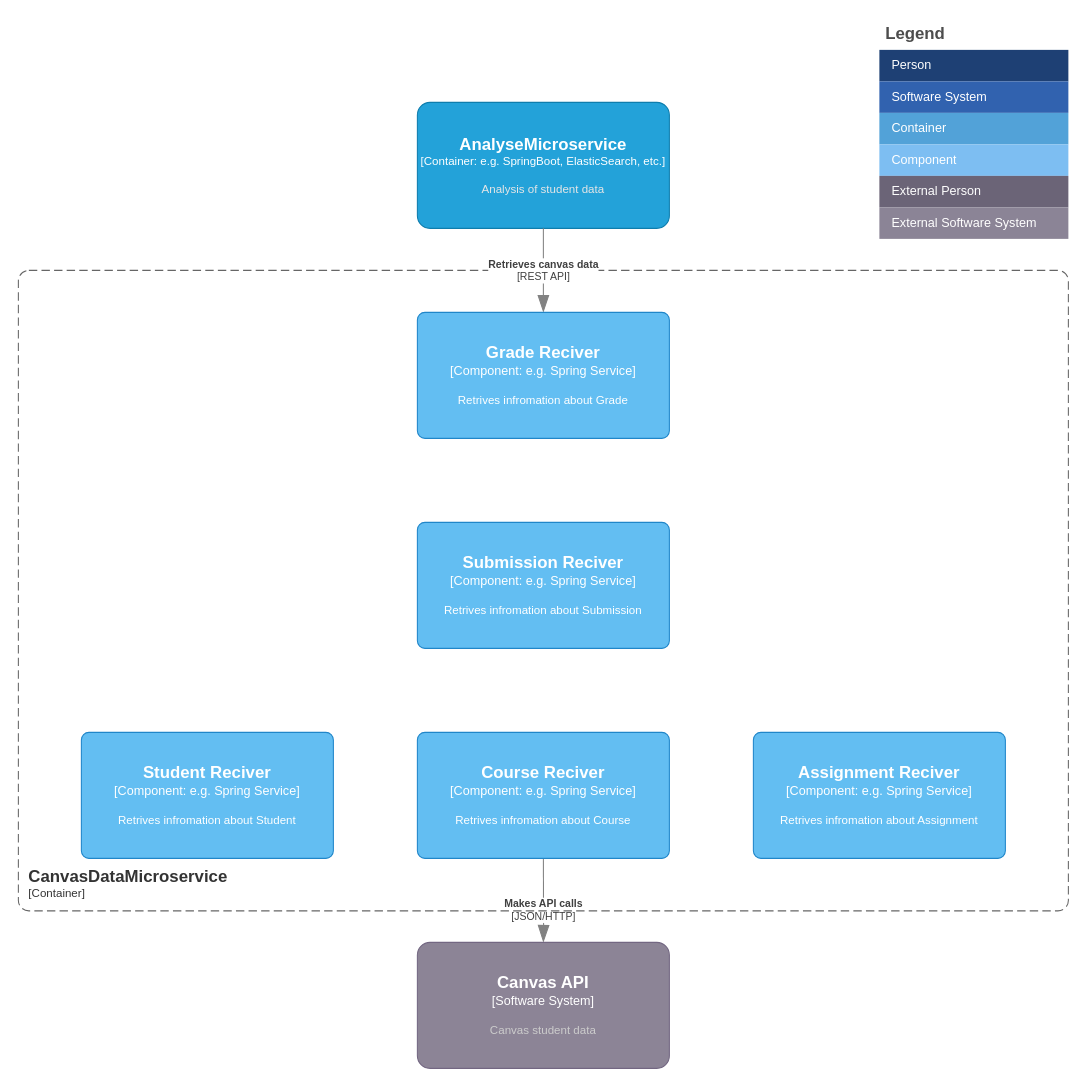
The draw.io diagram Application Architecture/QSc4_3_CanvasDataMicroservice.drawio in quantifiedstudent/QS-Docs, before the edit. Source tidied: cells renumbered, new cells numbered last; positions are measured from the earlier drawing's top-left corner, leaving out a move shared by most shapes. Both pictures are drawn from the tidied source at 105%, with x=0, y=0 at pixel (18, 18).
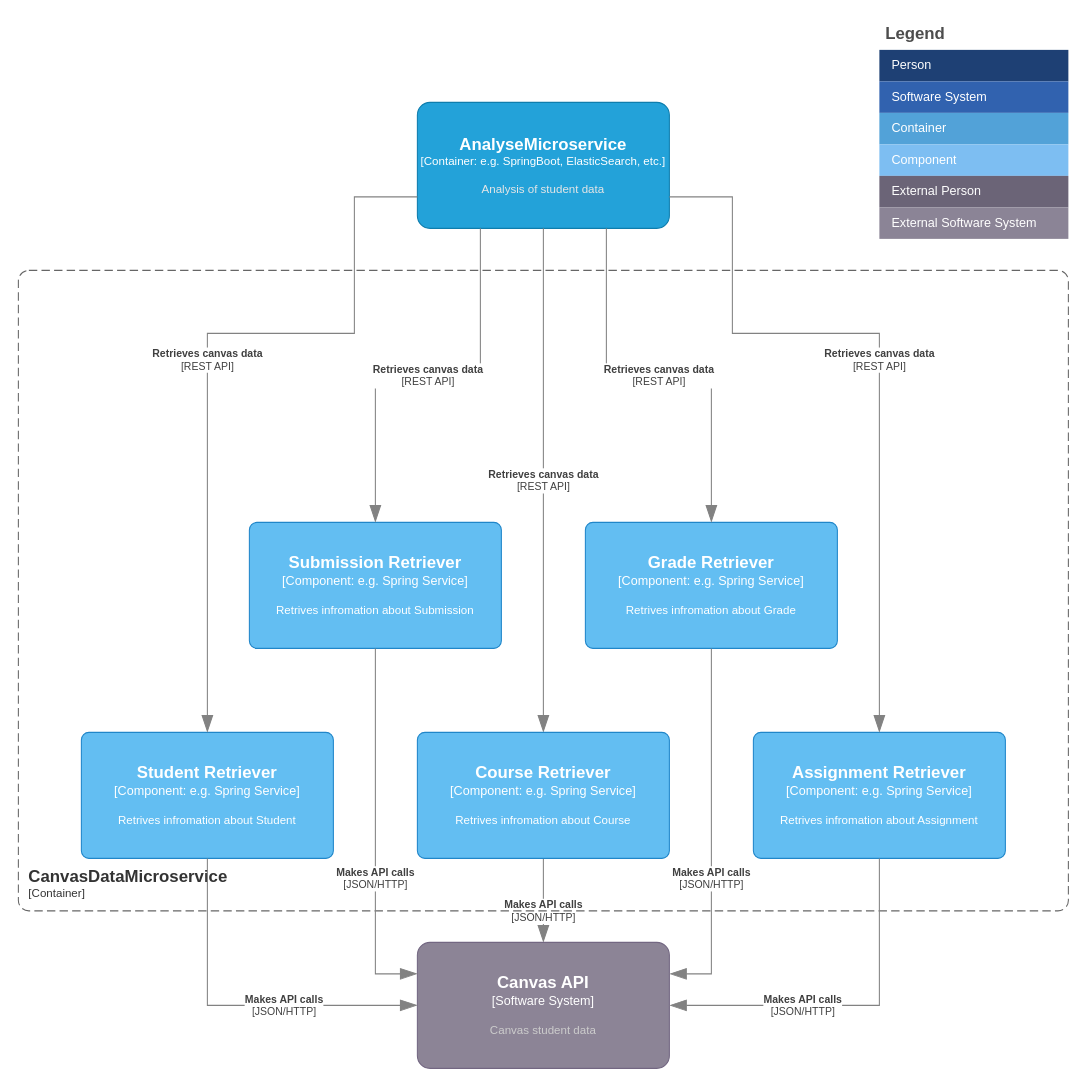
After the change.

Unchanged cells that the change refers to:
```xml
<object id="17" label="&lt;font style=&quot;font-size: 16px&quot;&gt;&lt;b&gt;%c4Name%&lt;/b&gt;&lt;/font&gt;&lt;div&gt;[%c4Type%]&lt;/div&gt;&lt;br&gt;&lt;div&gt;&lt;font style=&quot;font-size: 11px&quot;&gt;&lt;font color=&quot;#cccccc&quot;&gt;%c4Description%&lt;/font&gt;&lt;/div&gt;" c4Description="Canvas student data" c4Name="Canvas API" c4Type="Software System" placeholders="1">
  <mxCell style="rounded=1;whiteSpace=wrap;html=1;labelBackgroundColor=none;fillColor=#8C8496;fontColor=#ffffff;align=center;arcSize=10;strokeColor=#736782;points=[[0.25,0,0],[0.5,0,0],[0.75,0,0],[1,0.25,0],[1,0.5,0],[1,0.75,0],[0.75,1,0],[0.5,1,0],[0.25,1,0],[0,0.75,0],[0,0.5,0],[0,0.25,0]];" parent="1" vertex="1">
    <mxGeometry x="380" y="880" width="240" height="120" as="geometry" />
  </mxCell>
</object>
<object id="18" label="&lt;font style=&quot;font-size: 16px&quot;&gt;&lt;b&gt;%c4Name%&lt;/b&gt;&lt;/font&gt;&lt;div&gt;[%c4Type%: %c4Technology%]&lt;/div&gt;&lt;br&gt;&lt;div&gt;&lt;font style=&quot;font-size: 11px&quot;&gt;&lt;font color=&quot;#E6E6E6&quot;&gt;%c4Description%&lt;/font&gt;&lt;/div&gt;" c4Description="Analysis of student data" c4Name="AnalyseMicroservice" c4Technology="e.g. SpringBoot, ElasticSearch, etc." c4Type="Container" placeholders="1">
  <mxCell style="rounded=1;whiteSpace=wrap;html=1;fontSize=11;labelBackgroundColor=none;fillColor=#23A2D9;fontColor=#ffffff;align=center;arcSize=10;strokeColor=#0E7DAD;points=[[0.25,0,0],[0.5,0,0],[0.75,0,0],[1,0.25,0],[1,0.5,0],[1,0.75,0],[0.75,1,0],[0.5,1,0],[0.25,1,0],[0,0.75,0],[0,0.5,0],[0,0.25,0]];" parent="1" vertex="1">
    <mxGeometry x="380" y="80" width="240" height="120" as="geometry" />
  </mxCell>
</object>
```

Diff of the diagram source:
```diff
@@
     <object id="15" label="&lt;div style=&quot;text-align: left&quot;&gt;&lt;div style=&quot;text-align: center&quot;&gt;&lt;b&gt;%c4Description%&lt;/b&gt;&lt;/div&gt;&lt;div style=&quot;text-align: center&quot;&gt;[%c4Technology%]&lt;/div&gt;&lt;/div&gt;" c4Description="Makes API calls" c4Technology="JSON/HTTP" placeholders="1">
-      <mxCell style="endArrow=blockThin;html=1;fontSize=10;fontColor=#404040;strokeWidth=1;endFill=1;strokeColor=#828282;elbow=vertical;endSize=14;startSize=14;jumpStyle=arc;jumpSize=16;rounded=0;edgeStyle=orthogonalEdgeStyle;entryX=0.5;entryY=0;entryDx=0;entryDy=0;entryPerimeter=0;exitX=0.5;exitY=1;exitDx=0;exitDy=0;exitPerimeter=0;" parent="1" edge="1" target="17">
-        <mxGeometry x="0.25" relative="1" as="geometry">
-          <mxPoint x="500" y="800" as="sourcePoint" />
-        </mxGeometry>
+      <mxCell style="endArrow=blockThin;html=1;fontSize=10;fontColor=#404040;strokeWidth=1;endFill=1;strokeColor=#828282;elbow=vertical;endSize=14;startSize=14;jumpStyle=arc;jumpSize=16;rounded=0;edgeStyle=orthogonalEdgeStyle;entryX=0.5;entryY=0;entryDx=0;entryDy=0;entryPerimeter=0;exitX=0.5;exitY=1;exitDx=0;exitDy=0;exitPerimeter=0;" parent="1" edge="1" source="21" target="17">
+        <mxGeometry x="0.25" relative="1" as="geometry" />
       </mxCell>
     </object>
@@
     <object id="19" label="&lt;div style=&quot;text-align: left&quot;&gt;&lt;div style=&quot;text-align: center&quot;&gt;&lt;b&gt;%c4Description%&lt;/b&gt;&lt;/div&gt;&lt;div style=&quot;text-align: center&quot;&gt;[%c4Technology%]&lt;/div&gt;&lt;/div&gt;" c4Description="Retrieves canvas data" c4Technology="REST API" placeholders="1">
-      <mxCell style="endArrow=blockThin;html=1;fontSize=10;fontColor=#404040;strokeWidth=1;endFill=1;strokeColor=#828282;elbow=vertical;endSize=14;startSize=14;jumpStyle=arc;jumpSize=16;rounded=0;edgeStyle=orthogonalEdgeStyle;exitX=0.5;exitY=1;exitDx=0;exitDy=0;exitPerimeter=0;entryX=0.5;entryY=0;entryDx=0;entryDy=0;entryPerimeter=0;" parent="1" edge="1" source="18">
-        <mxGeometry relative="1" as="geometry">
-          <mxPoint x="500" y="280" as="targetPoint" />
-        </mxGeometry>
+      <mxCell style="endArrow=blockThin;html=1;fontSize=10;fontColor=#404040;strokeWidth=1;endFill=1;strokeColor=#828282;elbow=vertical;endSize=14;startSize=14;jumpStyle=arc;jumpSize=16;rounded=0;edgeStyle=orthogonalEdgeStyle;exitX=0.5;exitY=1;exitDx=0;exitDy=0;exitPerimeter=0;entryX=0.5;entryY=0;entryDx=0;entryDy=0;entryPerimeter=0;" parent="1" edge="1" source="18" target="21">
+        <mxGeometry relative="1" as="geometry" />
       </mxCell>
     </object>
-    <object id="20" label="&lt;font style=&quot;font-size: 16px&quot;&gt;&lt;b&gt;%c4Name%&lt;/b&gt;&lt;/font&gt;&lt;div&gt;[%c4Type%: %c4Technology%]&lt;/div&gt;&lt;br&gt;&lt;div&gt;&lt;font style=&quot;font-size: 11px&quot;&gt;%c4Description%&lt;/font&gt;&lt;/div&gt;" c4Description="Retrives infromation about Student" c4Name="Student Reciver" c4Technology="e.g. Spring Service" c4Type="Component" placeholders="1">
+    <object id="20" label="&lt;font style=&quot;font-size: 16px&quot;&gt;&lt;b&gt;%c4Name%&lt;/b&gt;&lt;/font&gt;&lt;div&gt;[%c4Type%: %c4Technology%]&lt;/div&gt;&lt;br&gt;&lt;div&gt;&lt;font style=&quot;font-size: 11px&quot;&gt;%c4Description%&lt;/font&gt;&lt;/div&gt;" c4Description="Retrives infromation about Student" c4Name="Student Retriever" c4Technology="e.g. Spring Service" c4Type="Component" placeholders="1">
       <mxCell style="rounded=1;whiteSpace=wrap;html=1;labelBackgroundColor=none;fillColor=#63BEF2;fontColor=#ffffff;align=center;arcSize=6;strokeColor=#2086C9;points=[[0.25,0,0],[0.5,0,0],[0.75,0,0],[1,0.25,0],[1,0.5,0],[1,0.75,0],[0.75,1,0],[0.5,1,0],[0.25,1,0],[0,0.75,0],[0,0.5,0],[0,0.25,0]];" parent="1" vertex="1">
         <mxGeometry x="60" y="680" width="240" height="120" as="geometry" />
       </mxCell>
     </object>
-    <object id="21" label="&lt;font style=&quot;font-size: 16px&quot;&gt;&lt;b&gt;%c4Name%&lt;/b&gt;&lt;/font&gt;&lt;div&gt;[%c4Type%: %c4Technology%]&lt;/div&gt;&lt;br&gt;&lt;div&gt;&lt;font style=&quot;font-size: 11px&quot;&gt;%c4Description%&lt;/font&gt;&lt;/div&gt;" c4Description="Retrives infromation about Course" c4Name="Course Reciver" c4Technology="e.g. Spring Service" c4Type="Component" placeholders="1">
+    <object id="21" label="&lt;font style=&quot;font-size: 16px&quot;&gt;&lt;b&gt;%c4Name%&lt;/b&gt;&lt;/font&gt;&lt;div&gt;[%c4Type%: %c4Technology%]&lt;/div&gt;&lt;br&gt;&lt;div&gt;&lt;font style=&quot;font-size: 11px&quot;&gt;%c4Description%&lt;/font&gt;&lt;/div&gt;" c4Description="Retrives infromation about Course" c4Name="Course Retriever" c4Technology="e.g. Spring Service" c4Type="Component" placeholders="1">
       <mxCell style="rounded=1;whiteSpace=wrap;html=1;labelBackgroundColor=none;fillColor=#63BEF2;fontColor=#ffffff;align=center;arcSize=6;strokeColor=#2086C9;points=[[0.25,0,0],[0.5,0,0],[0.75,0,0],[1,0.25,0],[1,0.5,0],[1,0.75,0],[0.75,1,0],[0.5,1,0],[0.25,1,0],[0,0.75,0],[0,0.5,0],[0,0.25,0]];" parent="1" vertex="1">
         <mxGeometry x="380" y="680" width="240" height="120" as="geometry" />
       </mxCell>
     </object>
-    <object id="22" label="&lt;font style=&quot;font-size: 16px&quot;&gt;&lt;b&gt;%c4Name%&lt;/b&gt;&lt;/font&gt;&lt;div&gt;[%c4Type%: %c4Technology%]&lt;/div&gt;&lt;br&gt;&lt;div&gt;&lt;font style=&quot;font-size: 11px&quot;&gt;%c4Description%&lt;/font&gt;&lt;/div&gt;" c4Description="Retrives infromation about Assignment" c4Name="Assignment Reciver" c4Technology="e.g. Spring Service" c4Type="Component" placeholders="1">
+    <object id="22" label="&lt;font style=&quot;font-size: 16px&quot;&gt;&lt;b&gt;%c4Name%&lt;/b&gt;&lt;/font&gt;&lt;div&gt;[%c4Type%: %c4Technology%]&lt;/div&gt;&lt;br&gt;&lt;div&gt;&lt;font style=&quot;font-size: 11px&quot;&gt;%c4Description%&lt;/font&gt;&lt;/div&gt;" c4Description="Retrives infromation about Assignment" c4Name="Assignment Retriever" c4Technology="e.g. Spring Service" c4Type="Component" placeholders="1">
       <mxCell style="rounded=1;whiteSpace=wrap;html=1;labelBackgroundColor=none;fillColor=#63BEF2;fontColor=#ffffff;align=center;arcSize=6;strokeColor=#2086C9;points=[[0.25,0,0],[0.5,0,0],[0.75,0,0],[1,0.25,0],[1,0.5,0],[1,0.75,0],[0.75,1,0],[0.5,1,0],[0.25,1,0],[0,0.75,0],[0,0.5,0],[0,0.25,0]];" parent="1" vertex="1">
         <mxGeometry x="700" y="680" width="240" height="120" as="geometry" />
       </mxCell>
     </object>
-    <object id="23" label="&lt;font style=&quot;font-size: 16px&quot;&gt;&lt;b&gt;%c4Name%&lt;/b&gt;&lt;/font&gt;&lt;div&gt;[%c4Type%: %c4Technology%]&lt;/div&gt;&lt;br&gt;&lt;div&gt;&lt;font style=&quot;font-size: 11px&quot;&gt;%c4Description%&lt;/font&gt;&lt;/div&gt;" c4Description="Retrives infromation about Submission" c4Name="Submission Reciver" c4Technology="e.g. Spring Service" c4Type="Component" placeholders="1">
+    <object id="23" label="&lt;font style=&quot;font-size: 16px&quot;&gt;&lt;b&gt;%c4Name%&lt;/b&gt;&lt;/font&gt;&lt;div&gt;[%c4Type%: %c4Technology%]&lt;/div&gt;&lt;br&gt;&lt;div&gt;&lt;font style=&quot;font-size: 11px&quot;&gt;%c4Description%&lt;/font&gt;&lt;/div&gt;" c4Description="Retrives infromation about Submission" c4Name="Submission Retriever" c4Technology="e.g. Spring Service" c4Type="Component" placeholders="1">
       <mxCell style="rounded=1;whiteSpace=wrap;html=1;labelBackgroundColor=none;fillColor=#63BEF2;fontColor=#ffffff;align=center;arcSize=6;strokeColor=#2086C9;points=[[0.25,0,0],[0.5,0,0],[0.75,0,0],[1,0.25,0],[1,0.5,0],[1,0.75,0],[0.75,1,0],[0.5,1,0],[0.25,1,0],[0,0.75,0],[0,0.5,0],[0,0.25,0]];" parent="1" vertex="1">
-        <mxGeometry x="380" y="480" width="240" height="120" as="geometry" />
+        <mxGeometry x="220" y="480" width="240" height="120" as="geometry" />
       </mxCell>
     </object>
-    <object id="24" label="&lt;font style=&quot;font-size: 16px&quot;&gt;&lt;b&gt;%c4Name%&lt;/b&gt;&lt;/font&gt;&lt;div&gt;[%c4Type%: %c4Technology%]&lt;/div&gt;&lt;br&gt;&lt;div&gt;&lt;font style=&quot;font-size: 11px&quot;&gt;%c4Description%&lt;/font&gt;&lt;/div&gt;" c4Description="Retrives infromation about Grade" c4Name="Grade Reciver" c4Technology="e.g. Spring Service" c4Type="Component" placeholders="1">
+    <object id="24" label="&lt;font style=&quot;font-size: 16px&quot;&gt;&lt;b&gt;%c4Name%&lt;/b&gt;&lt;/font&gt;&lt;div&gt;[%c4Type%: %c4Technology%]&lt;/div&gt;&lt;br&gt;&lt;div&gt;&lt;font style=&quot;font-size: 11px&quot;&gt;%c4Description%&lt;/font&gt;&lt;/div&gt;" c4Description="Retrives infromation about Grade" c4Name="Grade Retriever" c4Technology="e.g. Spring Service" c4Type="Component" placeholders="1">
       <mxCell style="rounded=1;whiteSpace=wrap;html=1;labelBackgroundColor=none;fillColor=#63BEF2;fontColor=#ffffff;align=center;arcSize=6;strokeColor=#2086C9;points=[[0.25,0,0],[0.5,0,0],[0.75,0,0],[1,0.25,0],[1,0.5,0],[1,0.75,0],[0.75,1,0],[0.5,1,0],[0.25,1,0],[0,0.75,0],[0,0.5,0],[0,0.25,0]];" parent="1" vertex="1">
-        <mxGeometry x="380" y="280" width="240" height="120" as="geometry" />
+        <mxGeometry x="540" y="480" width="240" height="120" as="geometry" />
       </mxCell>
     </object>
+    <object id="25" label="&lt;div style=&quot;text-align: left&quot;&gt;&lt;div style=&quot;text-align: center&quot;&gt;&lt;b&gt;%c4Description%&lt;/b&gt;&lt;/div&gt;&lt;div style=&quot;text-align: center&quot;&gt;[%c4Technology%]&lt;/div&gt;&lt;/div&gt;" c4Description="Makes API calls" c4Technology="JSON/HTTP" placeholders="1">
+      <mxCell style="endArrow=blockThin;html=1;fontSize=10;fontColor=#404040;strokeWidth=1;endFill=1;strokeColor=#828282;elbow=vertical;endSize=14;startSize=14;jumpStyle=arc;jumpSize=16;rounded=0;edgeStyle=orthogonalEdgeStyle;entryX=1;entryY=0.25;entryDx=0;entryDy=0;entryPerimeter=0;exitX=0.5;exitY=1;exitDx=0;exitDy=0;exitPerimeter=0;" parent="1" edge="1" source="24" target="17">
+        <mxGeometry x="0.25" relative="1" as="geometry" />
+      </mxCell>
+    </object>
+    <object id="26" label="&lt;div style=&quot;text-align: left&quot;&gt;&lt;div style=&quot;text-align: center&quot;&gt;&lt;b&gt;%c4Description%&lt;/b&gt;&lt;/div&gt;&lt;div style=&quot;text-align: center&quot;&gt;[%c4Technology%]&lt;/div&gt;&lt;/div&gt;" c4Description="Makes API calls" c4Technology="JSON/HTTP" placeholders="1">
+      <mxCell style="endArrow=blockThin;html=1;fontSize=10;fontColor=#404040;strokeWidth=1;endFill=1;strokeColor=#828282;elbow=vertical;endSize=14;startSize=14;jumpStyle=arc;jumpSize=16;rounded=0;edgeStyle=orthogonalEdgeStyle;entryX=0;entryY=0.25;entryDx=0;entryDy=0;entryPerimeter=0;exitX=0.5;exitY=1;exitDx=0;exitDy=0;exitPerimeter=0;" parent="1" edge="1" source="23" target="17">
+        <mxGeometry x="0.25" relative="1" as="geometry" />
+      </mxCell>
+    </object>
+    <object id="27" label="&lt;div style=&quot;text-align: left&quot;&gt;&lt;div style=&quot;text-align: center&quot;&gt;&lt;b&gt;%c4Description%&lt;/b&gt;&lt;/div&gt;&lt;div style=&quot;text-align: center&quot;&gt;[%c4Technology%]&lt;/div&gt;&lt;/div&gt;" c4Description="Makes API calls" c4Technology="JSON/HTTP" placeholders="1">
+      <mxCell style="endArrow=blockThin;html=1;fontSize=10;fontColor=#404040;strokeWidth=1;endFill=1;strokeColor=#828282;elbow=vertical;endSize=14;startSize=14;jumpStyle=arc;jumpSize=16;rounded=0;edgeStyle=orthogonalEdgeStyle;entryX=0;entryY=0.5;entryDx=0;entryDy=0;entryPerimeter=0;exitX=0.5;exitY=1;exitDx=0;exitDy=0;exitPerimeter=0;" parent="1" edge="1" source="20" target="17">
+        <mxGeometry x="0.25" relative="1" as="geometry" />
+      </mxCell>
+    </object>
+    <object id="28" label="&lt;div style=&quot;text-align: left&quot;&gt;&lt;div style=&quot;text-align: center&quot;&gt;&lt;b&gt;%c4Description%&lt;/b&gt;&lt;/div&gt;&lt;div style=&quot;text-align: center&quot;&gt;[%c4Technology%]&lt;/div&gt;&lt;/div&gt;" c4Description="Makes API calls" c4Technology="JSON/HTTP" placeholders="1">
+      <mxCell style="endArrow=blockThin;html=1;fontSize=10;fontColor=#404040;strokeWidth=1;endFill=1;strokeColor=#828282;elbow=vertical;endSize=14;startSize=14;jumpStyle=arc;jumpSize=16;rounded=0;edgeStyle=orthogonalEdgeStyle;entryX=1;entryY=0.5;entryDx=0;entryDy=0;entryPerimeter=0;exitX=0.5;exitY=1;exitDx=0;exitDy=0;exitPerimeter=0;" parent="1" edge="1" source="22" target="17">
+        <mxGeometry x="0.25" relative="1" as="geometry" />
+      </mxCell>
+    </object>
+    <object id="29" label="&lt;div style=&quot;text-align: left&quot;&gt;&lt;div style=&quot;text-align: center&quot;&gt;&lt;b&gt;%c4Description%&lt;/b&gt;&lt;/div&gt;&lt;div style=&quot;text-align: center&quot;&gt;[%c4Technology%]&lt;/div&gt;&lt;/div&gt;" c4Description="Retrieves canvas data" c4Technology="REST API" placeholders="1">
+      <mxCell style="endArrow=blockThin;html=1;fontSize=10;fontColor=#404040;strokeWidth=1;endFill=1;strokeColor=#828282;elbow=vertical;endSize=14;startSize=14;jumpStyle=arc;jumpSize=16;rounded=0;edgeStyle=orthogonalEdgeStyle;entryX=0.5;entryY=0;entryDx=0;entryDy=0;entryPerimeter=0;exitX=0;exitY=0.75;exitDx=0;exitDy=0;exitPerimeter=0;" parent="1" edge="1" source="18" target="20">
+        <mxGeometry relative="1" as="geometry">
+          <Array as="points">
+            <mxPoint x="320" y="170" />
+            <mxPoint x="320" y="300" />
+            <mxPoint x="180" y="300" />
+          </Array>
+        </mxGeometry>
+      </mxCell>
+    </object>
+    <object id="30" label="&lt;div style=&quot;text-align: left&quot;&gt;&lt;div style=&quot;text-align: center&quot;&gt;&lt;b&gt;%c4Description%&lt;/b&gt;&lt;/div&gt;&lt;div style=&quot;text-align: center&quot;&gt;[%c4Technology%]&lt;/div&gt;&lt;/div&gt;" c4Description="Retrieves canvas data" c4Technology="REST API" placeholders="1">
+      <mxCell style="endArrow=blockThin;html=1;fontSize=10;fontColor=#404040;strokeWidth=1;endFill=1;strokeColor=#828282;elbow=vertical;endSize=14;startSize=14;jumpStyle=arc;jumpSize=16;rounded=0;edgeStyle=orthogonalEdgeStyle;exitX=0.75;exitY=1;exitDx=0;exitDy=0;exitPerimeter=0;" parent="1" edge="1" source="18" target="24">
+        <mxGeometry relative="1" as="geometry" />
+      </mxCell>
+    </object>
+    <object id="31" label="&lt;div style=&quot;text-align: left&quot;&gt;&lt;div style=&quot;text-align: center&quot;&gt;&lt;b&gt;%c4Description%&lt;/b&gt;&lt;/div&gt;&lt;div style=&quot;text-align: center&quot;&gt;[%c4Technology%]&lt;/div&gt;&lt;/div&gt;" c4Description="Retrieves canvas data" c4Technology="REST API" placeholders="1">
+      <mxCell style="endArrow=blockThin;html=1;fontSize=10;fontColor=#404040;strokeWidth=1;endFill=1;strokeColor=#828282;elbow=vertical;endSize=14;startSize=14;jumpStyle=arc;jumpSize=16;rounded=0;edgeStyle=orthogonalEdgeStyle;entryX=0.5;entryY=0;entryDx=0;entryDy=0;entryPerimeter=0;exitX=0.25;exitY=1;exitDx=0;exitDy=0;exitPerimeter=0;" parent="1" edge="1" source="18" target="23">
+        <mxGeometry relative="1" as="geometry" />
+      </mxCell>
+    </object>
+    <object id="32" label="&lt;div style=&quot;text-align: left&quot;&gt;&lt;div style=&quot;text-align: center&quot;&gt;&lt;b&gt;%c4Description%&lt;/b&gt;&lt;/div&gt;&lt;div style=&quot;text-align: center&quot;&gt;[%c4Technology%]&lt;/div&gt;&lt;/div&gt;" c4Description="Retrieves canvas data" c4Technology="REST API" placeholders="1">
+      <mxCell style="endArrow=blockThin;html=1;fontSize=10;fontColor=#404040;strokeWidth=1;endFill=1;strokeColor=#828282;elbow=vertical;endSize=14;startSize=14;jumpStyle=arc;jumpSize=16;rounded=0;edgeStyle=orthogonalEdgeStyle;entryX=0.5;entryY=0;entryDx=0;entryDy=0;entryPerimeter=0;exitX=1;exitY=0.75;exitDx=0;exitDy=0;exitPerimeter=0;" parent="1" edge="1" source="18" target="22">
+        <mxGeometry relative="1" as="geometry">
+          <Array as="points">
+            <mxPoint x="680" y="170" />
+            <mxPoint x="680" y="300" />
+            <mxPoint x="820" y="300" />
+          </Array>
+        </mxGeometry>
+      </mxCell>
+    </object>
```
